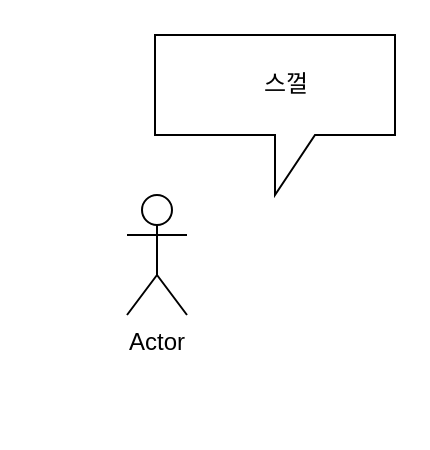
This is placeKuml.drawio from cherror/placeK, a draw.io file, before an edit. Source tidied: cells renumbered, new cells numbered last; positions are measured from the earlier drawing's top-left corner, leaving out a move shared by most shapes. Both pictures are drawn from the tidied source at 200%, with x=0, y=0 at pixel (126, 34).
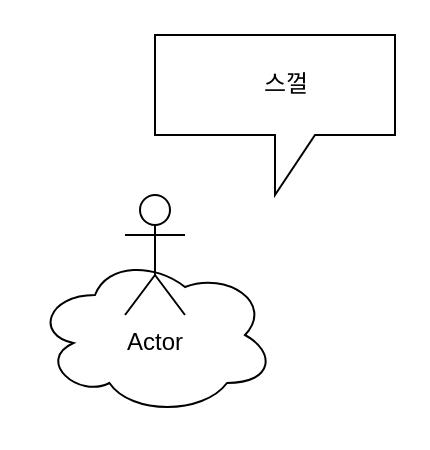
After the change.

Change to the diagram source:
```diff
@@
 <mxGraphModel>
   <root>
     <mxCell id="0" />
     <mxCell id="1" parent="0" />
+    <mxCell id="5" style="ellipse;shape=cloud;whiteSpace=wrap;html=1;" parent="1" vertex="1">
+      <mxGeometry x="-46" y="110" width="120" height="80" as="geometry" />
+    </mxCell>
     <mxCell id="2" value="Actor" style="shape=umlActor;verticalLabelPosition=bottom;verticalAlign=top;html=1;" parent="1" vertex="1">
-      <mxGeometry y="80" width="30" height="60" as="geometry" />
+      <mxGeometry x="-1" y="80" width="30" height="60" as="geometry" />
     </mxCell>
     <mxCell id="3" style="shape=callout;whiteSpace=wrap;html=1;perimeter=calloutPerimeter;" parent="1" vertex="1">
       <mxGeometry x="14" width="120" height="80" as="geometry" />
     </mxCell>
     <mxCell id="4" value="스껄" style="text;html=1;align=center;verticalAlign=middle;whiteSpace=wrap;rounded=0;" parent="1" vertex="1">
       <mxGeometry x="50" y="10" width="60" height="30" as="geometry" />
     </mxCell>
   </root>
 </mxGraphModel>
```
